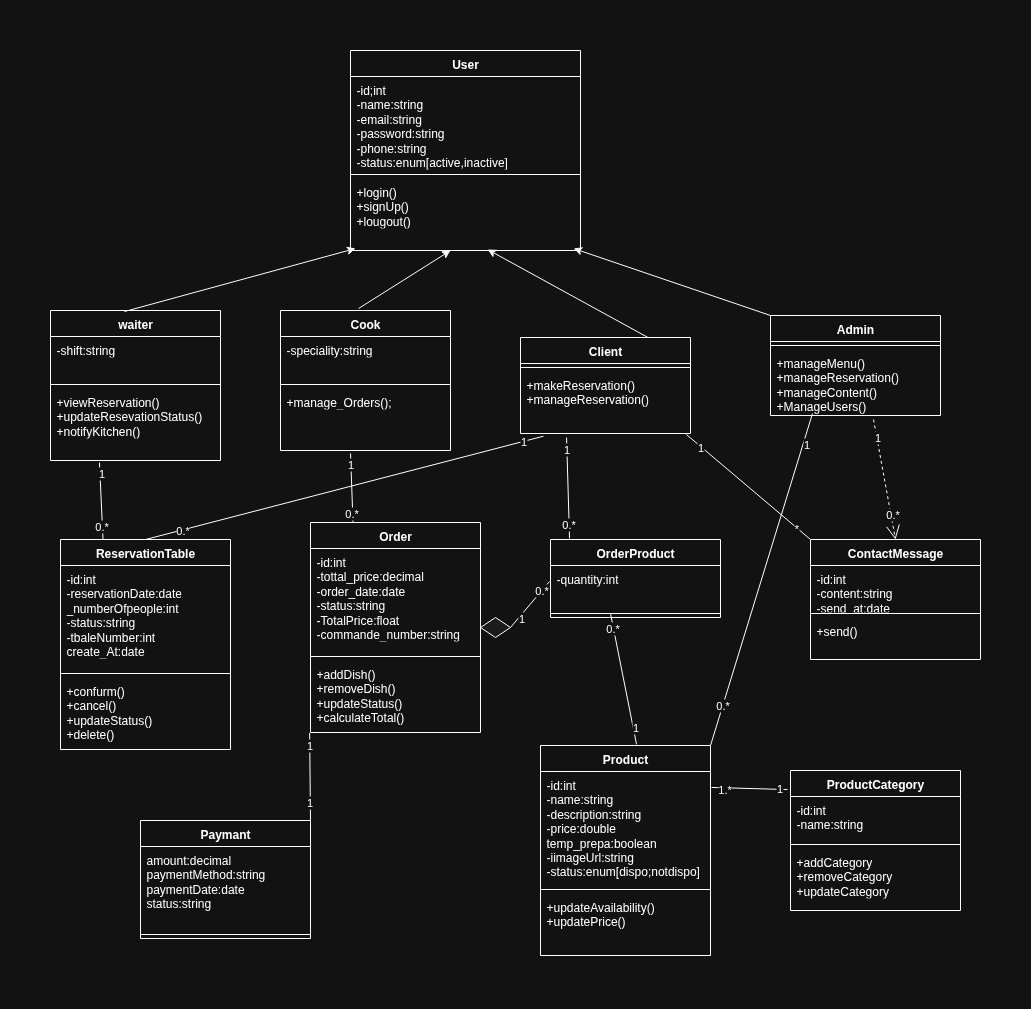
The draw.io diagram UML_Restaurant.drawio.png in ELMAKHTARLAARIF/Gestion_restaurant, before a commit. Source tidied: cells renumbered, new cells last; positions are measured from the earlier drawing's top-left corner, leaving out a move shared by most shapes.
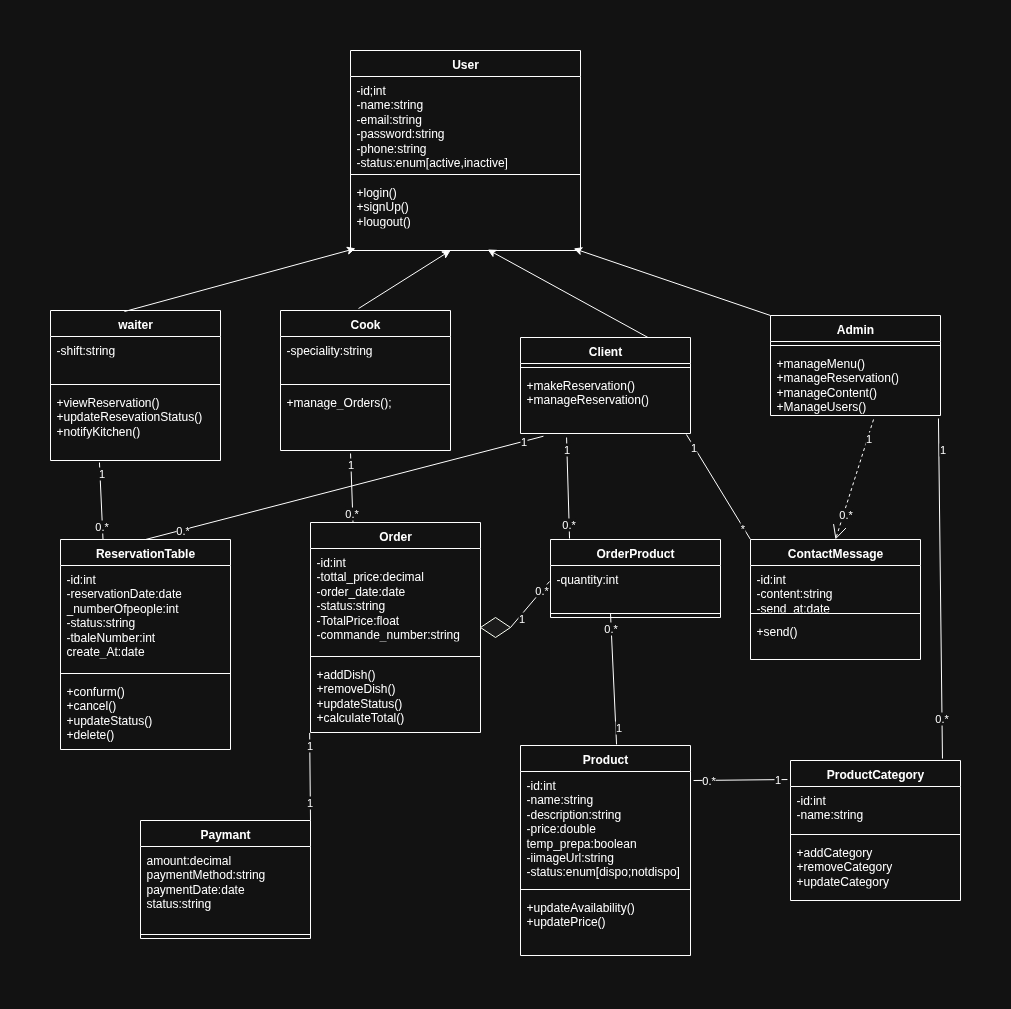
The same diagram one commit later.

Diff of the diagram source:
```diff
@@ -63,7 +63,7 @@
       <mxGeometry y="78" width="170" height="72" as="geometry" />
     </mxCell>
     <mxCell id="21" value="ProductCategory" style="swimlane;fontStyle=1;align=center;verticalAlign=top;horizontal=1;startSize=26;whiteSpace=wrap;html=1;" parent="1" vertex="1">
-      <mxGeometry x="740" y="720" width="170" height="140" as="geometry" />
+      <mxGeometry x="740" y="710" width="170" height="140" as="geometry" />
     </mxCell>
     <mxCell id="22" value="-id:int&lt;div&gt;-name:string&lt;/div&gt;" style="text;strokeColor=none;fillColor=none;align=left;verticalAlign=top;spacingLeft=4;spacingRight=4;overflow=hidden;whiteSpace=wrap;html=1;" parent="21" vertex="1">
       <mxGeometry y="26" width="170" height="44" as="geometry" />
@@ -87,7 +87,7 @@
       <mxGeometry y="138" width="170" height="72" as="geometry" />
     </mxCell>
     <mxCell id="29" value="Product" style="swimlane;fontStyle=1;align=center;verticalAlign=top;horizontal=1;startSize=26;whiteSpace=wrap;html=1;" parent="1" vertex="1">
-      <mxGeometry x="490" y="695" width="170" height="210" as="geometry" />
+      <mxGeometry x="470" y="695" width="170" height="210" as="geometry" />
     </mxCell>
     <mxCell id="30" value="-id:int&lt;div&gt;-name:string&lt;/div&gt;&lt;div&gt;-description:string&lt;/div&gt;&lt;div&gt;-price:double&lt;/div&gt;&lt;div&gt;temp_prepa:boolean&lt;/div&gt;&lt;div&gt;-iimageUrl:string&lt;/div&gt;&lt;div&gt;-status:enum[dispo;notdispo]&lt;/div&gt;" style="text;strokeColor=none;fillColor=none;align=left;verticalAlign=top;spacingLeft=4;spacingRight=4;overflow=hidden;points=[[0,0.5],[1,0.5]];portConstraint=eastwest;whiteSpace=wrap;html=1;" parent="29" vertex="1">
       <mxGeometry y="26" width="170" height="114" as="geometry" />
@@ -158,15 +158,15 @@
     <mxCell id="52" style="endArrow=classic;html=1;rounded=0;entryX=0.596;entryY=0.986;entryDx=0;entryDy=0;entryPerimeter=0;exitX=0.75;exitY=0;exitDx=0;exitDy=0;" parent="1" edge="1" source="6" target="5">
       <mxGeometry relative="1" as="geometry" />
     </mxCell>
-    <mxCell id="53" style="endArrow=none;html=1;rounded=0;entryX=1.006;entryY=0.14;entryDx=0;entryDy=0;entryPerimeter=0;exitX=-0.018;exitY=0.136;exitDx=0;exitDy=0;exitPerimeter=0;" parent="1" edge="1" source="21" target="30">
+    <mxCell id="53" style="endArrow=none;html=1;rounded=0;exitX=-0.018;exitY=0.136;exitDx=0;exitDy=0;exitPerimeter=0;entryX=1.018;entryY=0.079;entryDx=0;entryDy=0;entryPerimeter=0;" parent="1" edge="1" source="21" target="30">
       <mxGeometry relative="1" as="geometry" />
     </mxCell>
     <mxCell id="54" value="1" style="edgeLabel;html=1;align=center;verticalAlign=middle;" parent="53" vertex="1">
       <mxGeometry x="-0.79" y="-1" relative="1" as="geometry" />
     </mxCell>
-    <mxCell id="55" value="1.*" style="edgeLabel;html=1;align=center;verticalAlign=middle;" parent="53" vertex="1">
-      <mxGeometry x="0.66" y="1" relative="1" as="geometry" />
-    </mxCell>
+    <mxCell id="85" value="0.*" style="edgeLabel;html=1;align=center;verticalAlign=middle;" parent="53" vertex="1">
+      <mxGeometry x="0.68" relative="1" as="geometry" />
+    </mxCell>
     <mxCell id="56" style="endArrow=none;html=1;rounded=0;exitX=0.353;exitY=1.091;exitDx=0;exitDy=0;entryX=0.565;entryY=-0.005;entryDx=0;entryDy=0;entryPerimeter=0;exitPerimeter=0;" parent="1" edge="1" source="60" target="29">
       <mxGeometry relative="1" as="geometry" />
     </mxCell>
@@ -198,7 +198,7 @@
       <mxGeometry x="430" y="567" width="30" height="20" as="geometry" />
     </mxCell>
     <mxCell id="66" value="ContactMessage" style="swimlane;fontStyle=1;align=center;verticalAlign=top;horizontal=1;startSize=26;whiteSpace=wrap;html=1;" parent="1" vertex="1">
-      <mxGeometry x="760" y="489" width="170" height="120" as="geometry" />
+      <mxGeometry x="700" y="489" width="170" height="120" as="geometry" />
     </mxCell>
     <mxCell id="67" value="-id:int&lt;div&gt;&lt;span style=&quot;background-color: transparent; color: light-dark(rgb(0, 0, 0), rgb(255, 255, 255));&quot;&gt;-content:string&lt;/span&gt;&lt;/div&gt;&lt;div&gt;-send_at:date&lt;/div&gt;" style="text;strokeColor=none;fillColor=none;align=left;verticalAlign=top;spacingLeft=4;spacingRight=4;overflow=hidden;whiteSpace=wrap;html=1;" parent="66" vertex="1">
       <mxGeometry y="26" width="170" height="44" as="geometry" />
@@ -245,7 +245,7 @@
     <mxCell id="81" value="0.*" style="edgeLabel;html=1;align=center;verticalAlign=middle;" parent="79" vertex="1">
       <mxGeometry x="-0.71" y="2" relative="1" as="geometry" />
     </mxCell>
-    <mxCell id="82" style="endArrow=none;html=1;rounded=0;exitX=1;exitY=0;exitDx=0;exitDy=0;entryX=0.247;entryY=0.97;entryDx=0;entryDy=0;entryPerimeter=0;" parent="1" edge="1" source="29" target="12">
+    <mxCell id="82" style="endArrow=none;html=1;rounded=0;exitX=0.894;exitY=-0.014;exitDx=0;exitDy=0;entryX=0.988;entryY=1.045;entryDx=0;entryDy=0;entryPerimeter=0;exitPerimeter=0;" parent="1" edge="1" source="21" target="12">
       <mxGeometry relative="1" as="geometry" />
     </mxCell>
     <mxCell id="83" value="1" style="edgeLabel;html=1;align=center;verticalAlign=middle;" parent="82" vertex="1">
```
